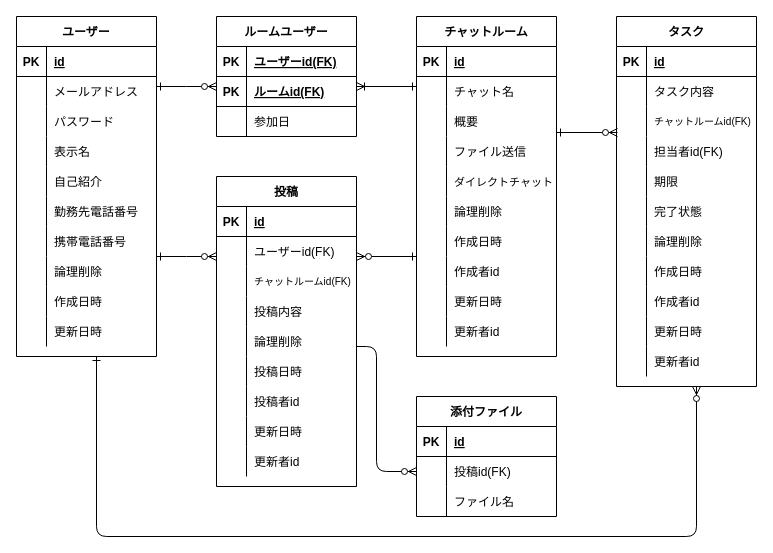
Earlier version of the draw.io diagram db/db-challenge1/ERD.drawio (U-11/quelcode-db). Source tidied: cells renumbered, new cells numbered last; positions are measured from the earlier drawing's top-left corner, leaving out a move shared by most shapes. Both pictures are drawn from the tidied source at 100%, with x=0, y=0 at pixel (16, 16).
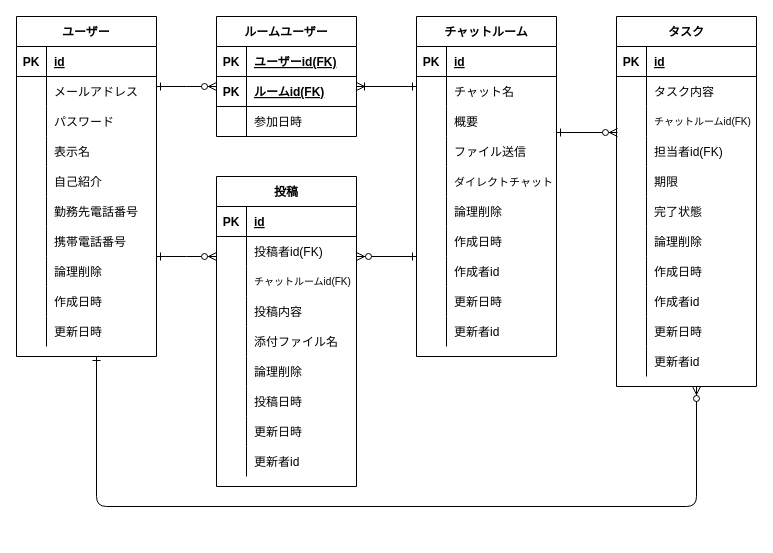
After the change.

Commit message:
不要な属性を削除、属性名の修正

Unchanged cells that the change refers to:
```xml
<mxCell id="36" value="投稿" style="shape=table;startSize=30;childLayout=tableLayout;rowLines=0;fontStyle=1;align=center;" parent="1" vertex="1">
  <mxGeometry x="200" y="160" width="140" height="310" as="geometry" />
</mxCell>
<mxCell id="40" style="shape=partialRectangle;fillColor=none;top=0;left=0;bottom=0;right=0;" parent="36" vertex="1">
  <mxGeometry y="60" width="140" height="30" as="geometry" />
</mxCell>
<mxCell id="71" style="shape=partialRectangle;fillColor=none;top=0;left=0;bottom=0;right=0;" parent="64" vertex="1">
  <mxGeometry y="90" width="140" height="30" as="geometry" />
</mxCell>
```

Diff of the diagram source:
```diff
@@
-    <mxCell id="42" value="ユーザーid(FK)" style="shape=partialRectangle;fillColor=none;top=0;left=0;bottom=0;right=0;align=left;spacingLeft=6;overflow=hidden;" parent="40" vertex="1">
+    <mxCell id="42" value="投稿者id(FK)" style="shape=partialRectangle;fillColor=none;top=0;left=0;bottom=0;right=0;align=left;spacingLeft=6;overflow=hidden;" parent="40" vertex="1">
       <mxGeometry x="30" width="110" height="30" as="geometry" />
     </mxCell>
@@
+    <mxCell id="153" style="shape=partialRectangle;fillColor=none;top=0;left=0;bottom=0;right=0;" parent="36" vertex="1">
+      <mxGeometry y="150" width="140" height="30" as="geometry" />
+    </mxCell>
+    <mxCell id="154" style="shape=partialRectangle;fillColor=none;top=0;left=0;bottom=0;right=0;overflow=hidden;" parent="153" vertex="1">
+      <mxGeometry width="30" height="30" as="geometry" />
+    </mxCell>
+    <mxCell id="155" value="添付ファイル名" style="shape=partialRectangle;fillColor=none;top=0;left=0;bottom=0;right=0;align=left;spacingLeft=6;overflow=hidden;" parent="153" vertex="1">
+      <mxGeometry x="30" width="110" height="30" as="geometry" />
+    </mxCell>
     <mxCell id="49" style="shape=partialRectangle;fillColor=none;top=0;left=0;bottom=0;right=0;" parent="36" vertex="1">
-      <mxGeometry y="150" width="140" height="30" as="geometry" />
+      <mxGeometry y="180" width="140" height="30" as="geometry" />
     </mxCell>
@@
     <mxCell id="52" style="shape=partialRectangle;fillColor=none;top=0;left=0;bottom=0;right=0;" parent="36" vertex="1">
-      <mxGeometry y="180" width="140" height="30" as="geometry" />
+      <mxGeometry y="210" width="140" height="30" as="geometry" />
     </mxCell>
@@
-    <mxCell id="55" style="shape=partialRectangle;fillColor=none;top=0;left=0;bottom=0;right=0;" parent="36" vertex="1">
-      <mxGeometry y="210" width="140" height="30" as="geometry" />
-    </mxCell>
-    <mxCell id="56" style="shape=partialRectangle;fillColor=none;top=0;left=0;bottom=0;right=0;overflow=hidden;" parent="55" vertex="1">
-      <mxGeometry width="30" height="30" as="geometry" />
-    </mxCell>
-    <mxCell id="57" value="投稿者id" style="shape=partialRectangle;fillColor=none;top=0;left=0;bottom=0;right=0;align=left;spacingLeft=6;overflow=hidden;" parent="55" vertex="1">
-      <mxGeometry x="30" width="110" height="30" as="geometry" />
-    </mxCell>
@@
-    <mxCell id="73" value="参加日" style="shape=partialRectangle;fillColor=none;top=0;left=0;bottom=0;right=0;align=left;spacingLeft=6;overflow=hidden;" parent="71" vertex="1">
+    <mxCell id="73" value="参加日時" style="shape=partialRectangle;fillColor=none;top=0;left=0;bottom=0;right=0;align=left;spacingLeft=6;overflow=hidden;" parent="71" vertex="1">
       <mxGeometry x="30" width="110" height="30" as="geometry" />
     </mxCell>
@@
     <mxCell id="140" style="fontSize=12;html=1;endArrow=ERone;endFill=0;startArrow=ERzeroToMany;startFill=1;edgeStyle=orthogonalEdgeStyle;" parent="1" edge="1">
       <mxGeometry relative="1" as="geometry">
         <mxPoint x="680" y="370" as="sourcePoint" />
         <mxPoint x="80" y="340" as="targetPoint" />
         <Array as="points">
-          <mxPoint x="680" y="520" />
-          <mxPoint x="80" y="520" />
+          <mxPoint x="680" y="490" />
+          <mxPoint x="80" y="490" />
         </Array>
       </mxGeometry>
     </mxCell>
-    <mxCell id="141" style="fontSize=12;html=1;endArrow=none;endFill=0;startArrow=ERzeroToMany;startFill=1;edgeStyle=orthogonalEdgeStyle;exitX=0;exitY=0.5;exitDx=0;exitDy=0;" parent="1" edge="1" source="147">
-      <mxGeometry relative="1" as="geometry">
-        <mxPoint x="340" y="330" as="targetPoint" />
-        <Array as="points">
-          <mxPoint x="360" y="455" />
-          <mxPoint x="360" y="330" />
-          <mxPoint x="340" y="330" />
-        </Array>
-      </mxGeometry>
-    </mxCell>
@@
-    <mxCell id="143" value="添付ファイル" style="shape=table;startSize=30;childLayout=tableLayout;rowLines=0;fontStyle=1;align=center;" parent="1" vertex="1">
-      <mxGeometry x="400" y="380" width="140" height="120" as="geometry" />
-    </mxCell>
-    <mxCell id="144" style="shape=partialRectangle;fillColor=none;top=0;left=0;bottom=1;right=0;" parent="143" vertex="1">
-      <mxGeometry y="30" width="140" height="30" as="geometry" />
-    </mxCell>
-    <mxCell id="145" value="PK" style="shape=partialRectangle;fillColor=none;top=0;left=0;bottom=0;right=0;fontStyle=1;overflow=hidden;" parent="144" vertex="1">
-      <mxGeometry width="30" height="30" as="geometry" />
-    </mxCell>
-    <mxCell id="146" value="id" style="shape=partialRectangle;fillColor=none;top=0;left=0;bottom=0;right=0;align=left;spacingLeft=6;fontStyle=5;overflow=hidden;" parent="144" vertex="1">
-      <mxGeometry x="30" width="110" height="30" as="geometry" />
-    </mxCell>
-    <mxCell id="147" style="shape=partialRectangle;fillColor=none;top=0;left=0;bottom=0;right=0;points=[[0,0.5],[1,0.5]];portConstraint=eastwest;" parent="143" vertex="1">
-      <mxGeometry y="60" width="140" height="30" as="geometry" />
-    </mxCell>
-    <mxCell id="148" style="shape=partialRectangle;fillColor=none;top=0;left=0;bottom=0;right=0;overflow=hidden;" parent="147" vertex="1">
-      <mxGeometry width="30" height="30" as="geometry" />
-    </mxCell>
-    <mxCell id="149" value="投稿id(FK)" style="shape=partialRectangle;fillColor=none;top=0;left=0;bottom=0;right=0;align=left;spacingLeft=6;overflow=hidden;" parent="147" vertex="1">
-      <mxGeometry x="30" width="110" height="30" as="geometry" />
-    </mxCell>
-    <mxCell id="150" style="shape=partialRectangle;fillColor=none;top=0;left=0;bottom=0;right=0;" parent="143" vertex="1">
-      <mxGeometry y="90" width="140" height="30" as="geometry" />
-    </mxCell>
-    <mxCell id="151" style="shape=partialRectangle;fillColor=none;top=0;left=0;bottom=0;right=0;overflow=hidden;" parent="150" vertex="1">
-      <mxGeometry width="30" height="30" as="geometry" />
-    </mxCell>
-    <mxCell id="152" value="ファイル名" style="shape=partialRectangle;fillColor=none;top=0;left=0;bottom=0;right=0;align=left;spacingLeft=6;overflow=hidden;" parent="150" vertex="1">
-      <mxGeometry x="30" width="110" height="30" as="geometry" />
-    </mxCell>
```
